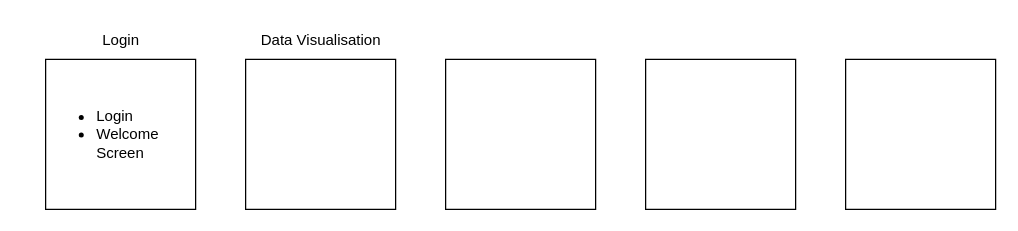
txddy-p/EEE4113 keeps this draw.io diagram as Untitled Diagram.drawio. Above is the earlier version. Source tidied: cells renumbered, new cells numbered last; positions are measured from the earlier drawing's top-left corner, leaving out a move shared by most shapes. Both pictures are drawn from the tidied source at 125%, with x=0, y=0 at pixel (45, 21). Pictures stored in the file or linked from it are replaced by grey dashed boxes.
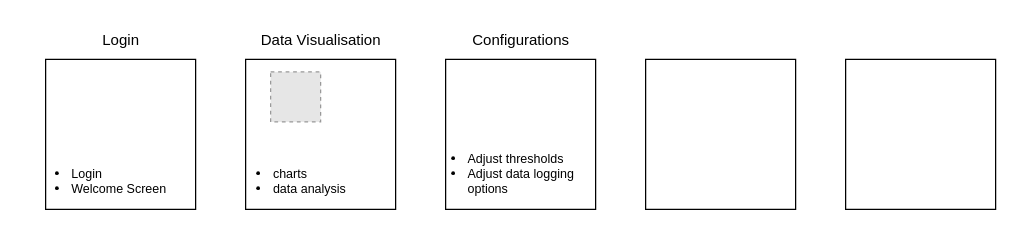
The same page after the edit.

The edit, as a diff of the source:
```diff
@@
 <mxGraphModel>
   <root>
     <mxCell id="0" />
     <mxCell id="1" parent="0" />
-    <mxCell id="2" value="&lt;ul&gt;&lt;li&gt;&lt;div align=&quot;left&quot;&gt;Login&lt;/div&gt;&lt;/li&gt;&lt;li&gt;&lt;div align=&quot;left&quot;&gt;Welcome Screen&lt;br&gt;&lt;/div&gt;&lt;/li&gt;&lt;/ul&gt;" style="whiteSpace=wrap;html=1;" parent="1" vertex="1">
+    <mxCell id="2" value="&lt;ul style=&quot;font-size: 10px;&quot;&gt;&lt;li style=&quot;font-size: 10px;&quot;&gt;&lt;div style=&quot;font-size: 10px;&quot; align=&quot;left&quot;&gt;Login&lt;/div&gt;&lt;/li&gt;&lt;li style=&quot;font-size: 10px;&quot;&gt;&lt;div style=&quot;font-size: 10px;&quot; align=&quot;left&quot;&gt;Welcome Screen&lt;br style=&quot;font-size: 10px;&quot;&gt;&lt;/div&gt;&lt;/li&gt;&lt;/ul&gt;" style="whiteSpace=wrap;html=1;spacing=0;fontSize=10;verticalAlign=bottom;spacingLeft=-42;" parent="1" vertex="1">
       <mxGeometry y="30" width="120" height="120" as="geometry" />
     </mxCell>
-    <mxCell id="3" style="whiteSpace=wrap;html=1;" parent="1" vertex="1">
+    <mxCell id="3" value="&lt;div style=&quot;font-size: 10px;&quot;&gt;&lt;br style=&quot;font-size: 10px;&quot;&gt;&lt;/div&gt;&lt;div style=&quot;font-size: 10px;&quot; align=&quot;left&quot;&gt;&lt;ul style=&quot;font-size: 10px;&quot;&gt;&lt;li style=&quot;font-size: 10px;&quot;&gt;&lt;div style=&quot;font-size: 10px;&quot;&gt;charts&lt;/div&gt;&lt;/li&gt;&lt;li style=&quot;font-size: 10px;&quot;&gt;&lt;div style=&quot;font-size: 10px;&quot;&gt;data analysis&lt;br style=&quot;font-size: 10px;&quot;&gt;&lt;/div&gt;&lt;/li&gt;&lt;/ul&gt;&lt;/div&gt;" style="whiteSpace=wrap;html=1;fontSize=10;spacingLeft=-57;spacing=0;spacingBottom=0;verticalAlign=bottom;" parent="1" vertex="1">
       <mxGeometry x="160" y="30" width="120" height="120" as="geometry" />
     </mxCell>
     <mxCell id="4" style="whiteSpace=wrap;html=1;" parent="1" vertex="1">
       <mxGeometry x="480" y="30" width="120" height="120" as="geometry" />
     </mxCell>
-    <mxCell id="5" style="whiteSpace=wrap;html=1;" parent="1" vertex="1">
+    <mxCell id="5" value="&lt;div style=&quot;font-size: 10px;&quot; align=&quot;left&quot;&gt;&lt;ul&gt;&lt;li&gt;Adjust thresholds&lt;/li&gt;&lt;li&gt;Adjust data logging options&lt;br&gt;&lt;/li&gt;&lt;/ul&gt;&lt;/div&gt;" style="whiteSpace=wrap;html=1;verticalAlign=bottom;spacing=0;spacingBottom=0;spacingLeft=-21;" parent="1" vertex="1">
       <mxGeometry x="320" y="30" width="120" height="120" as="geometry" />
     </mxCell>
     <mxCell id="6" style="whiteSpace=wrap;html=1;" parent="1" vertex="1">
       <mxGeometry x="640" y="30" width="120" height="120" as="geometry" />
     </mxCell>
     <mxCell id="7" value="Login" style="text;html=1;align=center;verticalAlign=middle;strokeColor=none;fillColor=none;" parent="1" vertex="1">
       <mxGeometry x="35" width="50" height="30" as="geometry" />
     </mxCell>
     <mxCell id="8" value="Data Visualisation" style="text;html=1;align=center;verticalAlign=middle;strokeColor=none;fillColor=none;" parent="1" vertex="1">
       <mxGeometry x="160" width="120" height="30" as="geometry" />
     </mxCell>
+    <mxCell id="9" style="fillColor=#E6E6E6;strokeColor=#999999;dashed=1;verticalLabelPosition=bottom;labelBackgroundColor=default;verticalAlign=top;" parent="1" vertex="1">
+      <mxGeometry x="180" y="40" width="40" height="40" as="geometry" />
+    </mxCell>
+    <mxCell id="10" value="Configurations" style="text;html=1;align=center;verticalAlign=middle;strokeColor=none;fillColor=none;" parent="1" vertex="1">
+      <mxGeometry x="330" width="100" height="30" as="geometry" />
+    </mxCell>
   </root>
 </mxGraphModel>
```
